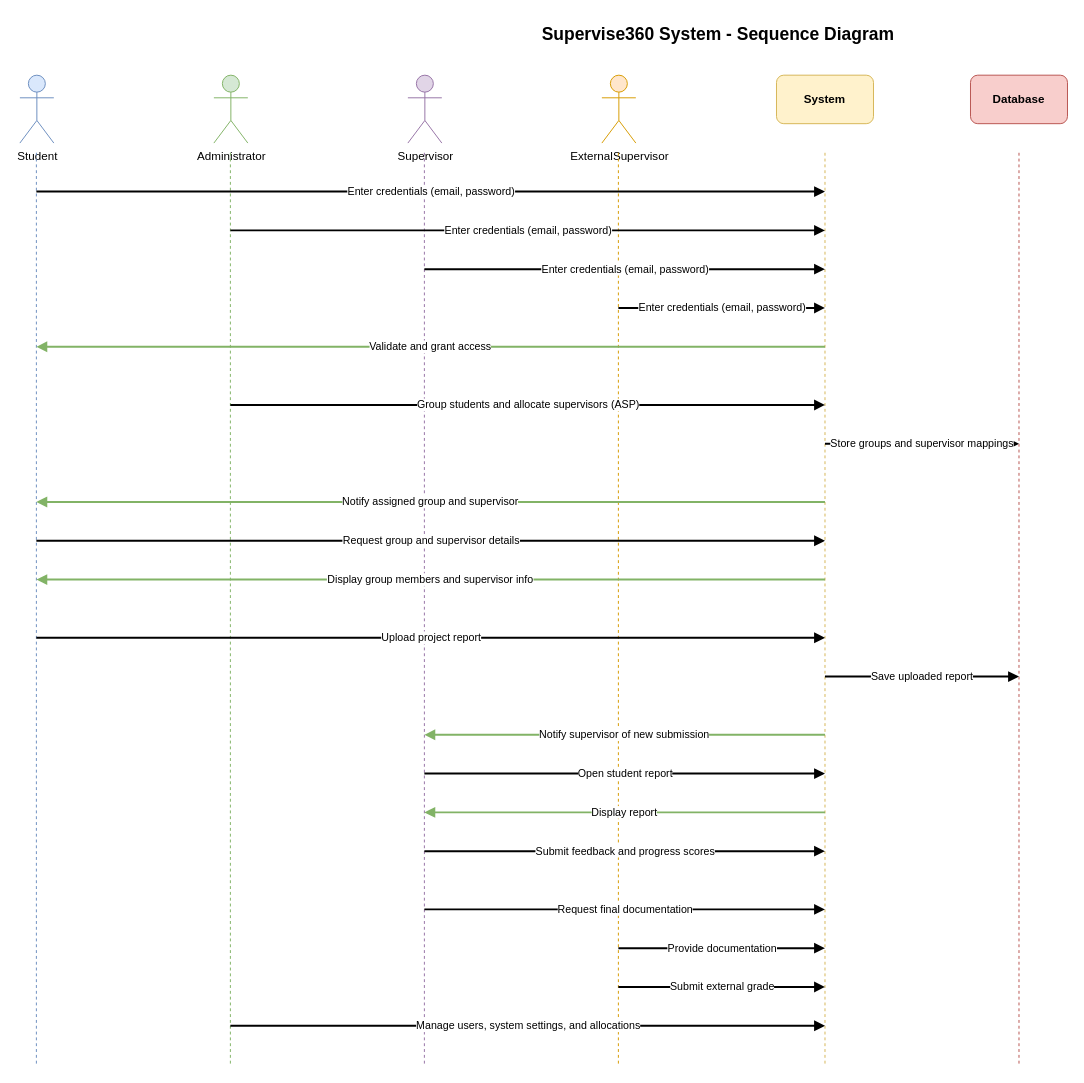
Earlier version of the draw.io diagram diagrams/03-sequence-diagram.drawio (Chidera584/supervise360). Source tidied: cells renumbered, new cells numbered last; positions are measured from the earlier drawing's top-left corner, leaving out a move shared by most shapes. Both pictures are drawn from the tidied source at 97%, with x=0, y=0 at pixel (19, 16).
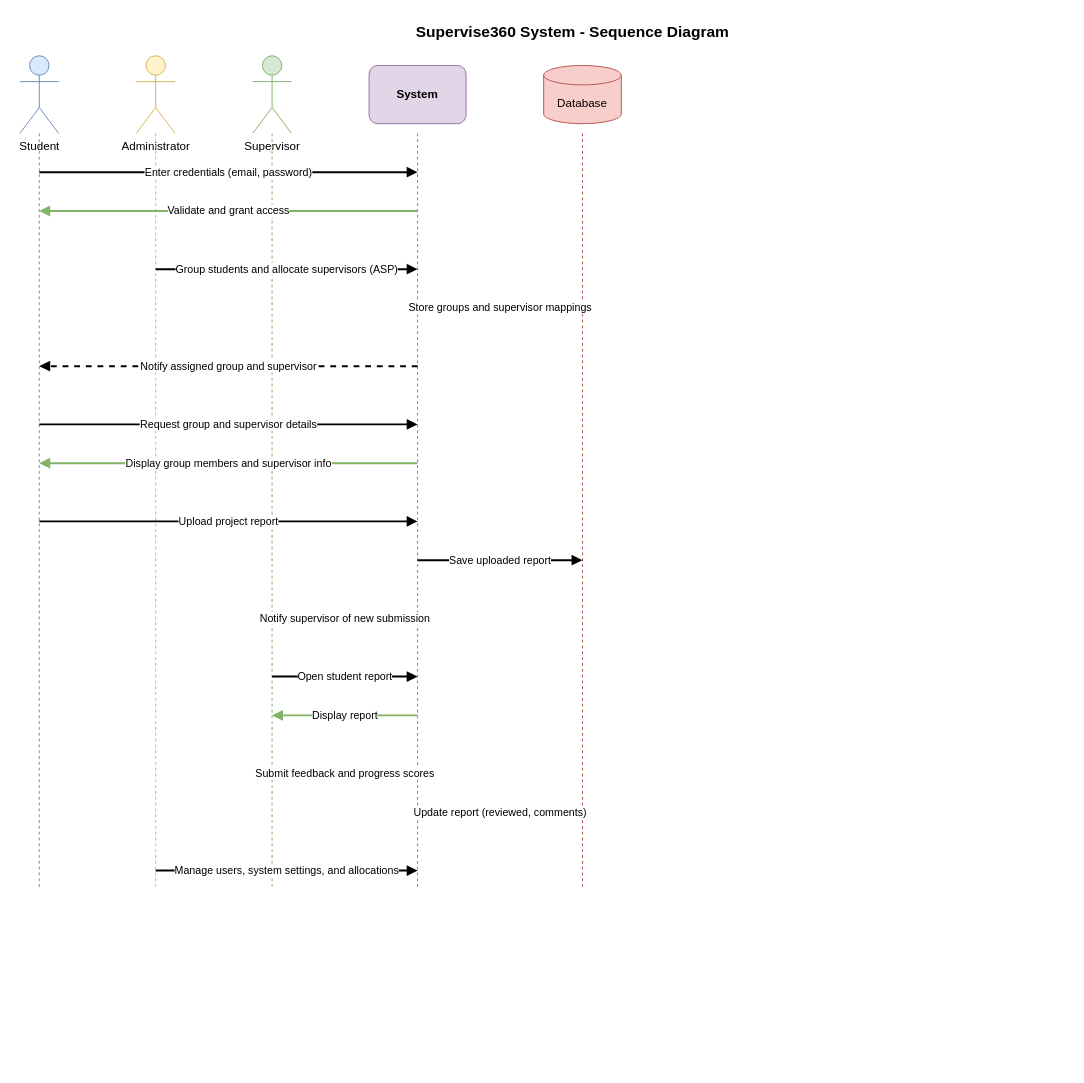
After the change.

Commit message (it also covers changes not shown here):
Update diagrams to match reference structure: use case, sequence, architecture, ER

Change to the diagram source:
```diff
@@
-    <mxCell id="2" value="Supervise360 System - Sequence Diagram" style="text;html=1;strokeColor=none;fillColor=none;align=center;verticalAlign=middle;whiteSpace=wrap;rounded=0;fontSize=18;fontStyle=1;" parent="1" vertex="1">
-      <mxGeometry x="470" width="500" height="35" as="geometry" />
-    </mxCell>
     <mxCell id="3" value="Student" style="shape=umlActor;verticalLabelPosition=bottom;verticalAlign=top;html=1;fillColor=#dae8fc;strokeColor=#6c8ebf;" parent="1" vertex="1">
-      <mxGeometry y="60" width="35" height="70" as="geometry" />
+      <mxGeometry y="40" width="40" height="80" as="geometry" />
     </mxCell>
-    <mxCell id="4" value="Administrator" style="shape=umlActor;verticalLabelPosition=bottom;verticalAlign=top;html=1;fillColor=#d5e8d4;strokeColor=#82b366;" parent="1" vertex="1">
-      <mxGeometry x="200" y="60" width="35" height="70" as="geometry" />
+    <mxCell id="4" value="Administrator" style="shape=umlActor;verticalLabelPosition=bottom;verticalAlign=top;html=1;fillColor=#fff2cc;strokeColor=#d6b656;" parent="1" vertex="1">
+      <mxGeometry x="120" y="40" width="40" height="80" as="geometry" />
     </mxCell>
-    <mxCell id="5" value="Supervisor" style="shape=umlActor;verticalLabelPosition=bottom;verticalAlign=top;html=1;fillColor=#e1d5e7;strokeColor=#9673a6;" parent="1" vertex="1">
-      <mxGeometry x="400" y="60" width="35" height="70" as="geometry" />
+    <mxCell id="5" value="Supervisor" style="shape=umlActor;verticalLabelPosition=bottom;verticalAlign=top;html=1;fillColor=#d5e8d4;strokeColor=#82b366;" parent="1" vertex="1">
+      <mxGeometry x="240" y="40" width="40" height="80" as="geometry" />
     </mxCell>
-    <mxCell id="6" value="ExternalSupervisor" style="shape=umlActor;verticalLabelPosition=bottom;verticalAlign=top;html=1;fillColor=#ffe6cc;strokeColor=#d79b00;" parent="1" vertex="1">
-      <mxGeometry x="600" y="60" width="35" height="70" as="geometry" />
-    </mxCell>
-    <mxCell id="7" value="System" style="rounded=1;whiteSpace=wrap;html=1;fillColor=#fff2cc;strokeColor=#d6b656;fontStyle=1;" parent="1" vertex="1">
-      <mxGeometry x="780" y="60" width="100" height="50" as="geometry" />
+    <mxCell id="7" value="System" style="rounded=1;whiteSpace=wrap;html=1;fillColor=#e1d5e7;strokeColor=#9673a6;fontStyle=1;" parent="1" vertex="1">
+      <mxGeometry x="360" y="50" width="100" height="60" as="geometry" />
     </mxCell>
-    <mxCell id="8" value="Database" style="rounded=1;whiteSpace=wrap;html=1;fillColor=#f8cecc;strokeColor=#b85450;fontStyle=1;" parent="1" vertex="1">
-      <mxGeometry x="980" y="60" width="100" height="50" as="geometry" />
+    <mxCell id="8" value="Database" style="shape=cylinder3;whiteSpace=wrap;html=1;boundedLbl=1;backgroundOutline=1;size=10;fillColor=#f8cecc;strokeColor=#b85450;" parent="1" vertex="1">
+      <mxGeometry x="540" y="50" width="80" height="60" as="geometry" />
     </mxCell>
     <mxCell id="9" style="endArrow=none;dashed=1;html=1;strokeWidth=1;strokeColor=#6c8ebf;" parent="1" edge="1">
       <mxGeometry relative="1" as="geometry">
-        <mxPoint x="17" y="140" as="sourcePoint" />
-        <mxPoint x="17" y="1080" as="targetPoint" />
+        <mxPoint x="20" y="120" as="sourcePoint" />
+        <mxPoint x="20" y="900" as="targetPoint" />
       </mxGeometry>
     </mxCell>
-    <mxCell id="10" style="endArrow=none;dashed=1;html=1;strokeWidth=1;strokeColor=#82b366;" parent="1" edge="1">
+    <mxCell id="10" style="endArrow=none;dashed=1;html=1;strokeWidth=1;strokeColor=#d6b656;" parent="1" edge="1">
       <mxGeometry relative="1" as="geometry">
-        <mxPoint x="217" y="140" as="sourcePoint" />
-        <mxPoint x="217" y="1080" as="targetPoint" />
+        <mxPoint x="140" y="120" as="sourcePoint" />
+        <mxPoint x="140" y="900" as="targetPoint" />
       </mxGeometry>
     </mxCell>
-    <mxCell id="11" style="endArrow=none;dashed=1;html=1;strokeWidth=1;strokeColor=#9673a6;" parent="1" edge="1">
-      <mxGeometry relative="1" as="geometry">
-        <mxPoint x="417" y="140" as="sourcePoint" />
-        <mxPoint x="417" y="1080" as="targetPoint" />
-      </mxGeometry>
-    </mxCell>
-    <mxCell id="12" style="endArrow=none;dashed=1;html=1;strokeWidth=1;strokeColor=#d79b00;" parent="1" edge="1">
-      <mxGeometry relative="1" as="geometry">
-        <mxPoint x="617" y="140" as="sourcePoint" />
-        <mxPoint x="617" y="1080" as="targetPoint" />
-      </mxGeometry>
-    </mxCell>
+    <mxCell id="35" style="endArrow=none;dashed=1;html=1;strokeWidth=1;strokeColor=#82b366;" parent="1" edge="1">
+      <mxGeometry relative="1" as="geometry">
+        <mxPoint x="260" y="120" as="sourcePoint" />
+        <mxPoint x="260" y="900" as="targetPoint" />
+      </mxGeometry>
+    </mxCell>
-    <mxCell id="13" style="endArrow=none;dashed=1;html=1;strokeWidth=1;strokeColor=#d6b656;" parent="1" edge="1">
+    <mxCell id="13" style="endArrow=none;dashed=1;html=1;strokeWidth=1;strokeColor=#9673a6;" parent="1" edge="1">
       <mxGeometry relative="1" as="geometry">
-        <mxPoint x="830" y="140" as="sourcePoint" />
-        <mxPoint x="830" y="1080" as="targetPoint" />
+        <mxPoint x="410" y="120" as="sourcePoint" />
+        <mxPoint x="410" y="900" as="targetPoint" />
       </mxGeometry>
     </mxCell>
     <mxCell id="14" style="endArrow=none;dashed=1;html=1;strokeWidth=1;strokeColor=#b85450;" parent="1" edge="1">
       <mxGeometry relative="1" as="geometry">
-        <mxPoint x="1030" y="140" as="sourcePoint" />
-        <mxPoint x="1030" y="1080" as="targetPoint" />
+        <mxPoint x="580" y="120" as="sourcePoint" />
+        <mxPoint x="580" y="900" as="targetPoint" />
       </mxGeometry>
     </mxCell>
     <mxCell id="15" value="Enter credentials (email, password)" style="endArrow=block;html=1;rounded=0;strokeWidth=2;" parent="1" edge="1">
       <mxGeometry relative="1" as="geometry">
-        <mxPoint x="17" y="180" as="sourcePoint" />
-        <mxPoint x="830" y="180" as="targetPoint" />
+        <mxPoint x="20" y="160" as="sourcePoint" />
+        <mxPoint x="410" y="160" as="targetPoint" />
       </mxGeometry>
     </mxCell>
-    <mxCell id="16" value="Enter credentials (email, password)" style="endArrow=block;html=1;rounded=0;strokeWidth=2;" parent="1" edge="1">
+    <mxCell id="16" value="Validate and grant access" style="endArrow=block;html=1;rounded=0;strokeWidth=2;strokeColor=#82b366;exitX=0;exitY=0.5;entryX=1;entryY=0.5;" parent="1" edge="1">
       <mxGeometry relative="1" as="geometry">
-        <mxPoint x="217" y="220" as="sourcePoint" />
-        <mxPoint x="830" y="220" as="targetPoint" />
+        <mxPoint x="410" y="200" as="sourcePoint" />
+        <mxPoint x="20" y="200" as="targetPoint" />
       </mxGeometry>
     </mxCell>
-    <mxCell id="17" value="Enter credentials (email, password)" style="endArrow=block;html=1;rounded=0;strokeWidth=2;" parent="1" edge="1">
+    <mxCell id="17" value="Group students and allocate supervisors (ASP)" style="endArrow=block;html=1;rounded=0;strokeWidth=2;" parent="1" edge="1">
       <mxGeometry relative="1" as="geometry">
-        <mxPoint x="417" y="260" as="sourcePoint" />
-        <mxPoint x="830" y="260" as="targetPoint" />
+        <mxPoint x="140" y="260" as="sourcePoint" />
+        <mxPoint x="410" y="260" as="targetPoint" />
       </mxGeometry>
     </mxCell>
-    <mxCell id="18" value="Enter credentials (email, password)" style="endArrow=block;html=1;rounded=0;strokeWidth=2;" parent="1" edge="1">
+    <mxCell id="18" value="Store groups and supervisor mappings" style="endArrow=block;html=1;rounded=0;strokeWidth=2;" parent="1" edge="1">
       <mxGeometry relative="1" as="geometry">
-        <mxPoint x="617" y="300" as="sourcePoint" />
-        <mxPoint x="830" y="300" as="targetPoint" />
+        <mxPoint x="410" y="300" as="sourcePoint" />
+        <mxPoint x="580" y="300" as="targetPoint" />
       </mxGeometry>
     </mxCell>
-    <mxCell id="19" value="Validate and grant access" style="endArrow=block;html=1;rounded=0;strokeWidth=2;strokeColor=#82b366;exitX=1;exitY=0.5;entryX=0;entryY=0.5;" parent="1" edge="1">
+    <mxCell id="19" value="Notify assigned group and supervisor" style="endArrow=block;html=1;rounded=0;strokeWidth=2;dashed=1;" parent="1" edge="1">
       <mxGeometry relative="1" as="geometry">
-        <mxPoint x="830" y="340" as="sourcePoint" />
-        <mxPoint x="17" y="340" as="targetPoint" />
+        <mxPoint x="410" y="360" as="sourcePoint" />
+        <mxPoint x="20" y="360" as="targetPoint" />
       </mxGeometry>
     </mxCell>
-    <mxCell id="20" value="Group students and allocate supervisors (ASP)" style="endArrow=block;html=1;rounded=0;strokeWidth=2;" parent="1" edge="1">
+    <mxCell id="20" value="Request group and supervisor details" style="endArrow=block;html=1;rounded=0;strokeWidth=2;" parent="1" edge="1">
       <mxGeometry relative="1" as="geometry">
-        <mxPoint x="217" y="400" as="sourcePoint" />
-        <mxPoint x="830" y="400" as="targetPoint" />
+        <mxPoint x="20" y="420" as="sourcePoint" />
+        <mxPoint x="410" y="420" as="targetPoint" />
       </mxGeometry>
     </mxCell>
-    <mxCell id="21" value="Store groups and supervisor mappings" style="endArrow=block;html=1;rounded=0;strokeWidth=2;" parent="1" edge="1">
+    <mxCell id="21" value="Display group members and supervisor info" style="endArrow=block;html=1;rounded=0;strokeWidth=2;strokeColor=#82b366;" parent="1" edge="1">
       <mxGeometry relative="1" as="geometry">
-        <mxPoint x="830" y="440" as="sourcePoint" />
-        <mxPoint x="1030" y="440" as="targetPoint" />
+        <mxPoint x="410" y="460" as="sourcePoint" />
+        <mxPoint x="20" y="460" as="targetPoint" />
       </mxGeometry>
     </mxCell>
-    <mxCell id="22" value="Notify assigned group and supervisor" style="endArrow=block;html=1;rounded=0;strokeWidth=2;strokeColor=#82b366;exitX=0;exitY=0.5;entryX=1;entryY=0.5;" parent="1" edge="1">
+    <mxCell id="22" value="Upload project report" style="endArrow=block;html=1;rounded=0;strokeWidth=2;" parent="1" edge="1">
       <mxGeometry relative="1" as="geometry">
-        <mxPoint x="830" y="500" as="sourcePoint" />
-        <mxPoint x="17" y="500" as="targetPoint" />
+        <mxPoint x="20" y="520" as="sourcePoint" />
+        <mxPoint x="410" y="520" as="targetPoint" />
       </mxGeometry>
     </mxCell>
-    <mxCell id="23" value="Request group and supervisor details" style="endArrow=block;html=1;rounded=0;strokeWidth=2;" parent="1" edge="1">
+    <mxCell id="23" value="Save uploaded report" style="endArrow=block;html=1;rounded=0;strokeWidth=2;" parent="1" edge="1">
       <mxGeometry relative="1" as="geometry">
-        <mxPoint x="17" y="540" as="sourcePoint" />
-        <mxPoint x="830" y="540" as="targetPoint" />
+        <mxPoint x="410" y="560" as="sourcePoint" />
+        <mxPoint x="580" y="560" as="targetPoint" />
       </mxGeometry>
     </mxCell>
-    <mxCell id="24" value="Display group members and supervisor info" style="endArrow=block;html=1;rounded=0;strokeWidth=2;strokeColor=#82b366;exitX=0;exitY=0.5;entryX=1;entryY=0.5;" parent="1" edge="1">
+    <mxCell id="24" value="Notify supervisor of new submission" style="endArrow=block;html=1;rounded=0;strokeWidth=2;dashed=1;" parent="1" edge="1">
       <mxGeometry relative="1" as="geometry">
-        <mxPoint x="830" y="580" as="sourcePoint" />
-        <mxPoint x="17" y="580" as="targetPoint" />
+        <mxPoint x="410" y="620" as="sourcePoint" />
+        <mxPoint x="260" y="620" as="targetPoint" />
       </mxGeometry>
     </mxCell>
-    <mxCell id="25" value="Upload project report" style="endArrow=block;html=1;rounded=0;strokeWidth=2;" parent="1" edge="1">
+    <mxCell id="25" value="Open student report" style="endArrow=block;html=1;rounded=0;strokeWidth=2;" parent="1" edge="1">
       <mxGeometry relative="1" as="geometry">
-        <mxPoint x="17" y="640" as="sourcePoint" />
-        <mxPoint x="830" y="640" as="targetPoint" />
+        <mxPoint x="260" y="680" as="sourcePoint" />
+        <mxPoint x="410" y="680" as="targetPoint" />
       </mxGeometry>
     </mxCell>
-    <mxCell id="26" value="Save uploaded report" style="endArrow=block;html=1;rounded=0;strokeWidth=2;" parent="1" edge="1">
+    <mxCell id="26" value="Display report" style="endArrow=block;html=1;rounded=0;strokeWidth=2;strokeColor=#82b366;" parent="1" edge="1">
       <mxGeometry relative="1" as="geometry">
-        <mxPoint x="830" y="680" as="sourcePoint" />
-        <mxPoint x="1030" y="680" as="targetPoint" />
+        <mxPoint x="410" y="720" as="sourcePoint" />
+        <mxPoint x="260" y="720" as="targetPoint" />
       </mxGeometry>
     </mxCell>
-    <mxCell id="27" value="Notify supervisor of new submission" style="endArrow=block;html=1;rounded=0;strokeWidth=2;strokeColor=#82b366;exitX=0;exitY=0.5;entryX=1;entryY=0.5;" parent="1" edge="1">
+    <mxCell id="27" value="Submit feedback and progress scores" style="endArrow=block;html=1;rounded=0;strokeWidth=2;" parent="1" edge="1">
       <mxGeometry relative="1" as="geometry">
-        <mxPoint x="830" y="740" as="sourcePoint" />
-        <mxPoint x="417" y="740" as="targetPoint" />
+        <mxPoint x="260" y="780" as="sourcePoint" />
+        <mxPoint x="410" y="780" as="targetPoint" />
       </mxGeometry>
     </mxCell>
-    <mxCell id="28" value="Open student report" style="endArrow=block;html=1;rounded=0;strokeWidth=2;" parent="1" edge="1">
+    <mxCell id="28" value="Update report (reviewed, comments)" style="endArrow=block;html=1;rounded=0;strokeWidth=2;" parent="1" edge="1">
       <mxGeometry relative="1" as="geometry">
-        <mxPoint x="417" y="780" as="sourcePoint" />
-        <mxPoint x="830" y="780" as="targetPoint" />
+        <mxPoint x="410" y="820" as="sourcePoint" />
+        <mxPoint x="580" y="820" as="targetPoint" />
       </mxGeometry>
     </mxCell>
-    <mxCell id="29" value="Display report" style="endArrow=block;html=1;rounded=0;strokeWidth=2;strokeColor=#82b366;exitX=0;exitY=0.5;entryX=1;entryY=0.5;" parent="1" edge="1">
+    <mxCell id="29" value="Manage users, system settings, and allocations" style="endArrow=block;html=1;rounded=0;strokeWidth=2;" parent="1" edge="1">
       <mxGeometry relative="1" as="geometry">
-        <mxPoint x="830" y="820" as="sourcePoint" />
-        <mxPoint x="417" y="820" as="targetPoint" />
+        <mxPoint x="140" y="880" as="sourcePoint" />
+        <mxPoint x="410" y="880" as="targetPoint" />
       </mxGeometry>
     </mxCell>
-    <mxCell id="30" value="Submit feedback and progress scores" style="endArrow=block;html=1;rounded=0;strokeWidth=2;" parent="1" edge="1">
-      <mxGeometry relative="1" as="geometry">
-        <mxPoint x="417" y="860" as="sourcePoint" />
-        <mxPoint x="830" y="860" as="targetPoint" />
-      </mxGeometry>
-    </mxCell>
-    <mxCell id="31" value="Request final documentation" style="endArrow=block;html=1;rounded=0;strokeWidth=2;" parent="1" edge="1">
-      <mxGeometry relative="1" as="geometry">
-        <mxPoint x="417" y="920" as="sourcePoint" />
-        <mxPoint x="830" y="920" as="targetPoint" />
-      </mxGeometry>
-    </mxCell>
-    <mxCell id="32" value="Provide documentation" style="endArrow=block;html=1;rounded=0;strokeWidth=2;" parent="1" edge="1">
-      <mxGeometry relative="1" as="geometry">
-        <mxPoint x="617" y="960" as="sourcePoint" />
-        <mxPoint x="830" y="960" as="targetPoint" />
-      </mxGeometry>
-    </mxCell>
-    <mxCell id="33" value="Submit external grade" style="endArrow=block;html=1;rounded=0;strokeWidth=2;" parent="1" edge="1">
-      <mxGeometry relative="1" as="geometry">
-        <mxPoint x="617" y="1000" as="sourcePoint" />
-        <mxPoint x="830" y="1000" as="targetPoint" />
-      </mxGeometry>
-    </mxCell>
-    <mxCell id="34" value="Manage users, system settings, and allocations" style="endArrow=block;html=1;rounded=0;strokeWidth=2;" parent="1" edge="1">
-      <mxGeometry relative="1" as="geometry">
-        <mxPoint x="217" y="1040" as="sourcePoint" />
-        <mxPoint x="830" y="1040" as="targetPoint" />
-      </mxGeometry>
-    </mxCell>
+    <mxCell id="2" value="Supervise360 System - Sequence Diagram" style="text;html=1;strokeColor=none;fillColor=none;align=center;verticalAlign=middle;whiteSpace=wrap;rounded=0;fontSize=16;fontStyle=1;" parent="1" vertex="1">
+      <mxGeometry x="370" width="400" height="30" as="geometry" />
+    </mxCell>
```
